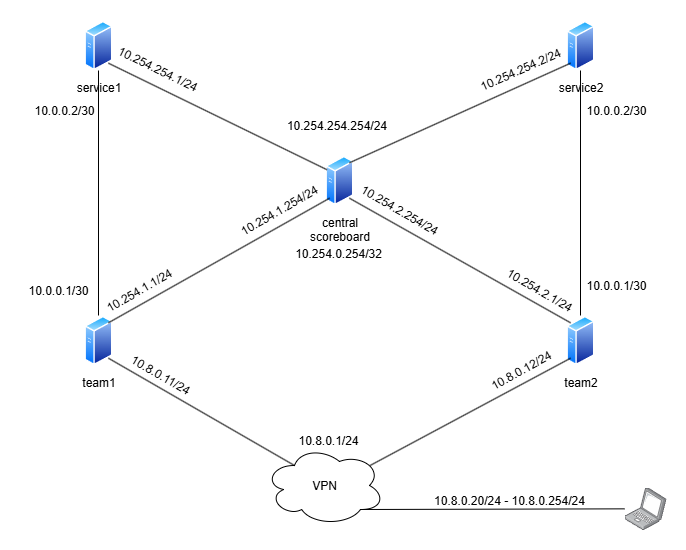
johnathanhuutri/ADLab keeps this draw.io diagram as mod1/.images/topology.png. Above is the earlier version. Source tidied: cells renumbered, new cells last; positions are measured from the earlier drawing's top-left corner, leaving out a move shared by most shapes.
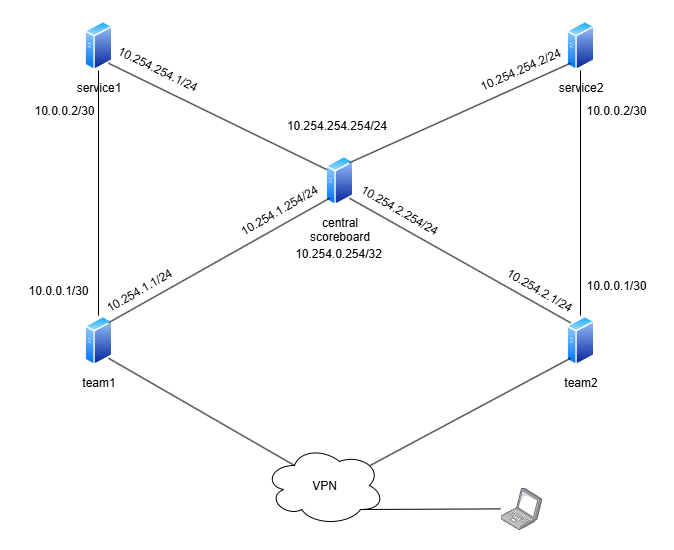
The same file after the commit.

Diff of the diagram source:
```diff
@@ -41,24 +41,12 @@
     <mxCell id="14" style="endArrow=none;html=1;rounded=0;exitX=0.88;exitY=0.25;exitDx=0;exitDy=0;entryX=0;entryY=1;entryDx=0;entryDy=0;exitPerimeter=0;" parent="1" edge="1" source="12" target="4">
       <mxGeometry relative="1" as="geometry" />
     </mxCell>
-    <mxCell id="15" value="10.8.0.11/24" style="text;html=1;align=center;verticalAlign=middle;whiteSpace=wrap;rounded=0;rotation=30;" parent="1" vertex="1">
-      <mxGeometry x="95.3" y="340" width="90" height="30" as="geometry" />
-    </mxCell>
-    <mxCell id="16" value="10.8.0.12/24" style="text;html=1;align=center;verticalAlign=middle;whiteSpace=wrap;rounded=0;rotation=331;" parent="1" vertex="1">
-      <mxGeometry x="456" y="335" width="90" height="30" as="geometry" />
-    </mxCell>
-    <mxCell id="17" value="10.8.0.1/24" style="text;html=1;align=center;verticalAlign=middle;whiteSpace=wrap;rounded=0;rotation=0;" parent="1" vertex="1">
-      <mxGeometry x="263" y="405" width="90" height="30" as="geometry" />
-    </mxCell>
     <mxCell id="18" style="image;points=[];html=1;align=center;shadow=0;dashed=0;image=img/lib/allied_telesis/computer_and_terminals/Laptop.svg;" parent="1" vertex="1">
-      <mxGeometry x="604" y="467" width="42" height="42.6" as="geometry" />
+      <mxGeometry x="480" y="467" width="42" height="42.6" as="geometry" />
     </mxCell>
     <mxCell id="19" style="endArrow=none;html=1;rounded=0;exitX=0.8;exitY=0.8;exitDx=0;exitDy=0;exitPerimeter=0;" parent="1" edge="1" source="12" target="18">
       <mxGeometry relative="1" as="geometry" />
     </mxCell>
-    <mxCell id="20" value="10.8.0.20/24 - 10.8.0.254/24" style="text;html=1;align=center;verticalAlign=middle;whiteSpace=wrap;rounded=0;rotation=0;" parent="1" vertex="1">
-      <mxGeometry x="404" y="465" width="170" height="30" as="geometry" />
-    </mxCell>
     <mxCell id="21" value="&lt;div&gt;service1&lt;/div&gt;" style="image;perimeter=ellipsePerimeter;html=1;align=center;shadow=0;dashed=0;spacingTop=3;image=img/lib/active_directory/generic_server.svg;" parent="1" vertex="1">
       <mxGeometry x="64" width="28" height="50" as="geometry" />
     </mxCell>
```
